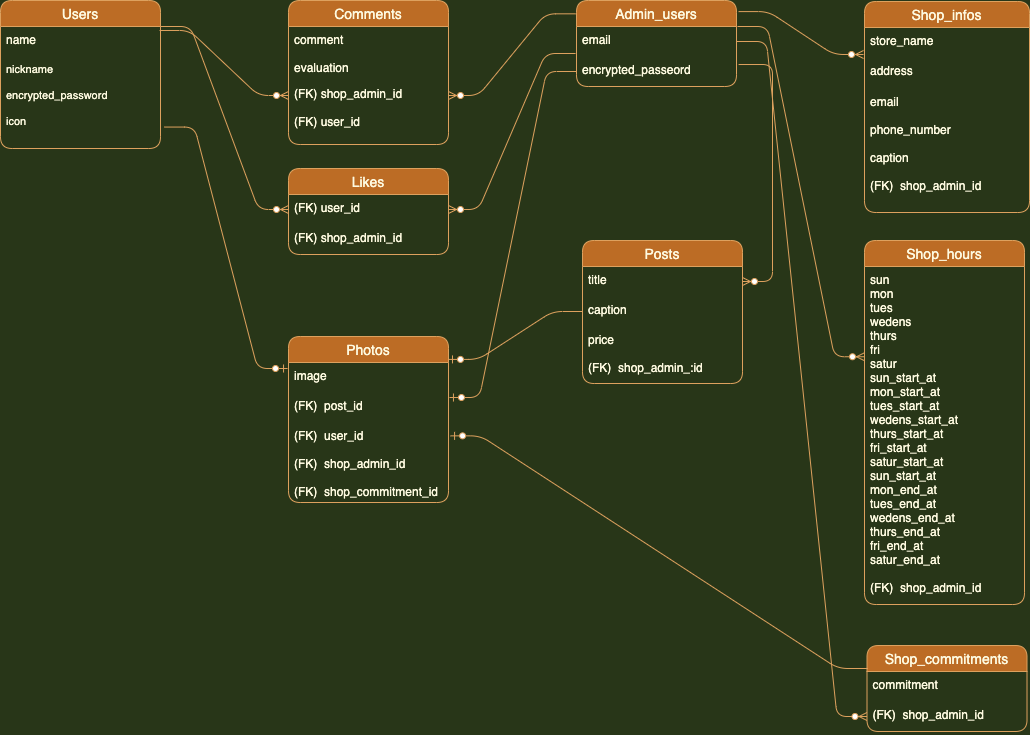
Above: buzz-recipe Diagram.drawio.png in naoki-nakajima/buzz-recipe (draw.io), before the change. Source tidied: cells renumbered, new cells last; positions are measured from the earlier drawing's top-left corner, leaving out a move shared by most shapes.
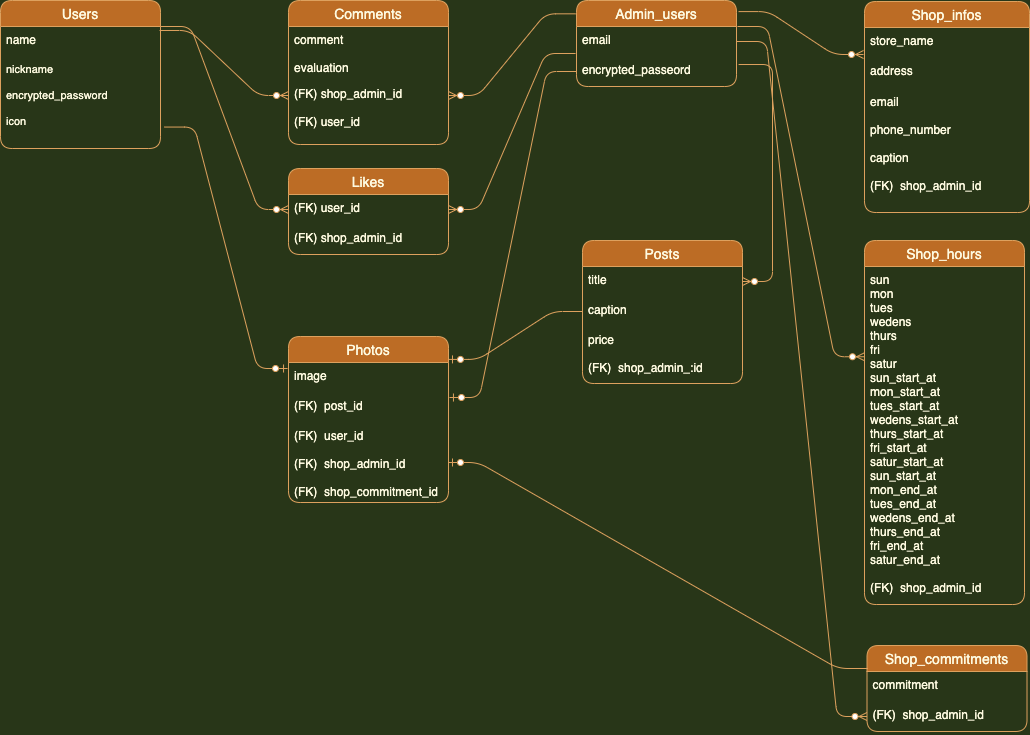
The same file after the commit.

The edit, as a diff of the source:
```diff
@@ -109,7 +109,7 @@
     <mxCell id="36" style="edgeStyle=entityRelationEdgeStyle;fontSize=12;html=1;endArrow=ERzeroToMany;endFill=1;exitX=1;exitY=0.5;exitDx=0;exitDy=0;entryX=0;entryY=0.5;entryDx=0;entryDy=0;labelBackgroundColor=#283618;strokeColor=#DDA15E;fontColor=#FEFAE0;" parent="1" edge="1" source="6" target="29">
       <mxGeometry relative="1" as="geometry" />
     </mxCell>
-    <mxCell id="37" style="edgeStyle=entityRelationEdgeStyle;fontSize=12;html=1;endArrow=ERzeroToOne;endFill=1;exitX=0.006;exitY=-0.1;exitDx=0;exitDy=0;entryX=1.013;entryY=0.167;entryDx=0;entryDy=0;entryPerimeter=0;exitPerimeter=0;labelBackgroundColor=#283618;strokeColor=#DDA15E;fontColor=#FEFAE0;" parent="1" edge="1" source="28" target="20">
+    <mxCell id="37" style="edgeStyle=entityRelationEdgeStyle;fontSize=12;html=1;endArrow=ERzeroToOne;endFill=1;exitX=0.006;exitY=-0.1;exitDx=0;exitDy=0;exitPerimeter=0;labelBackgroundColor=#283618;strokeColor=#DDA15E;fontColor=#FEFAE0;" parent="1" edge="1" source="28" target="20">
       <mxGeometry relative="1" as="geometry" />
     </mxCell>
     <mxCell id="38" style="edgeStyle=entityRelationEdgeStyle;fontSize=12;html=1;endArrow=ERzeroToOne;endFill=1;entryX=1.006;entryY=0.167;entryDx=0;entryDy=0;entryPerimeter=0;exitX=0;exitY=0.5;exitDx=0;exitDy=0;labelBackgroundColor=#283618;strokeColor=#DDA15E;fontColor=#FEFAE0;" parent="1" edge="1" source="7" target="19">
```
